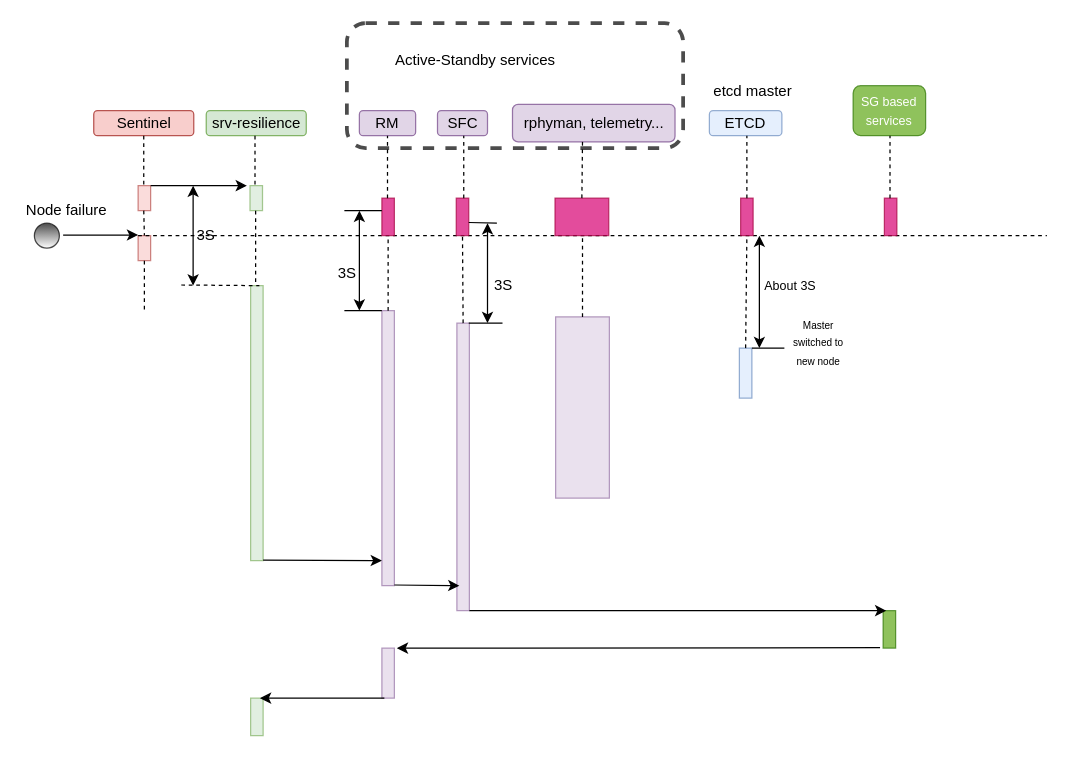
Before: Untitled Diagram.drawio in zhangwm1987/mydraw_io, a draw.io diagram. Source tidied: cells renumbered, new cells numbered last; positions are measured from the earlier drawing's top-left corner, leaving out a move shared by most shapes. Both pictures are drawn from the tidied source at 125%, with x=0, y=0 at pixel (21, 22).
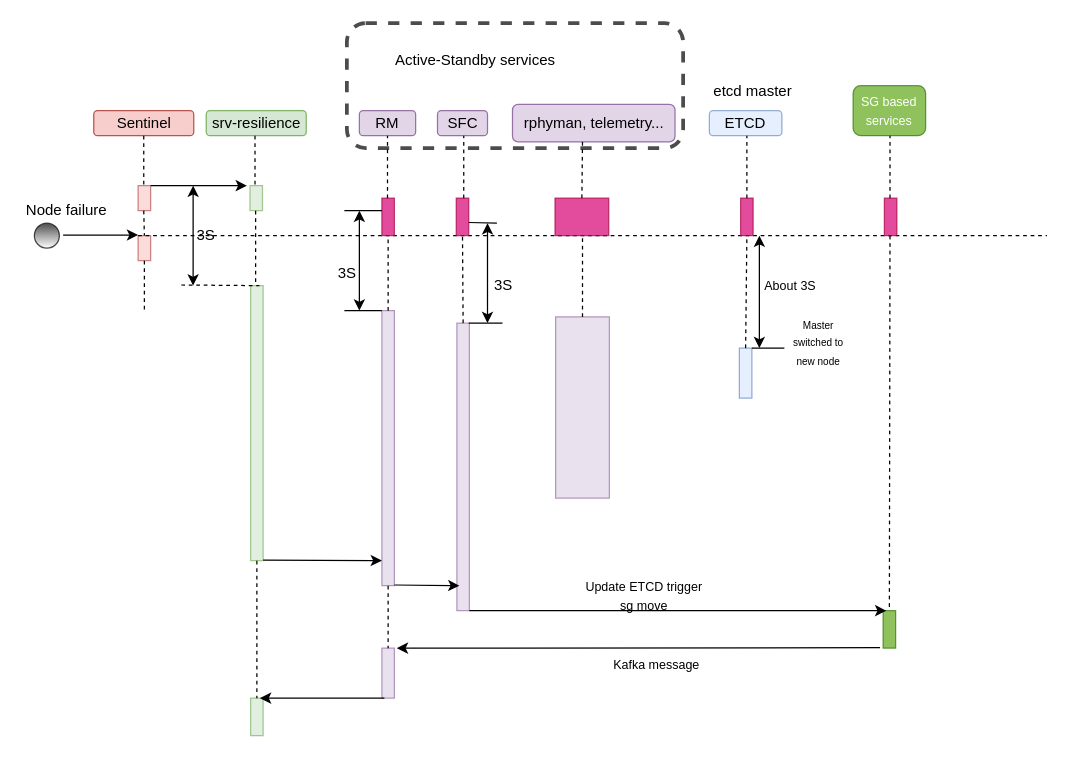
The same page after the edit.

Unchanged cells that the change refers to:
```xml
<mxCell id="61" style="rounded=0;whiteSpace=wrap;html=1;shadow=0;glass=0;comic=0;strokeWidth=1;fillColor=#60a917;opacity=70;strokeColor=#2D7600;fontColor=#ffffff;" parent="1" vertex="1">
  <mxGeometry x="689" y="470" width="10" height="30" as="geometry" />
</mxCell>
<mxCell id="63" style="rounded=0;whiteSpace=wrap;html=1;shadow=0;glass=0;comic=0;strokeWidth=1;fillColor=#e1d5e7;opacity=70;strokeColor=#9673a6;" parent="1" vertex="1">
  <mxGeometry x="288" y="500" width="10" height="40" as="geometry" />
</mxCell>
```

Diff of the diagram source:
```diff
@@
+    <mxCell id="67" style="endArrow=none;dashed=1;html=1;entryX=0.5;entryY=0;entryDx=0;entryDy=0;" parent="1" edge="1" target="61">
+      <mxGeometry relative="1" as="geometry">
+        <mxPoint x="694.5" y="170" as="sourcePoint" />
+      </mxGeometry>
+    </mxCell>
+    <mxCell id="68" style="endArrow=none;dashed=1;html=1;" parent="1" edge="1">
+      <mxGeometry relative="1" as="geometry">
+        <mxPoint x="188" y="430" as="sourcePoint" />
+        <mxPoint x="188" y="540" as="targetPoint" />
+      </mxGeometry>
+    </mxCell>
+    <mxCell id="69" style="endArrow=none;dashed=1;html=1;entryX=0.5;entryY=0;entryDx=0;entryDy=0;" parent="1" edge="1" target="63">
+      <mxGeometry relative="1" as="geometry">
+        <mxPoint x="293" y="450" as="sourcePoint" />
+      </mxGeometry>
+    </mxCell>
+    <mxCell id="70" value="&lt;font style=&quot;font-size: 10px&quot;&gt;Update ETCD trigger sg move&lt;/font&gt;" style="text;html=1;strokeColor=none;fillColor=none;align=center;verticalAlign=middle;whiteSpace=wrap;rounded=0;shadow=0;glass=0;comic=0;opacity=70;" parent="1" vertex="1">
+      <mxGeometry x="448" y="450" width="100" height="15" as="geometry" />
+    </mxCell>
+    <mxCell id="71" value="&lt;font size=&quot;1&quot;&gt;Kafka message&lt;/font&gt;" style="text;html=1;strokeColor=none;fillColor=none;align=center;verticalAlign=middle;whiteSpace=wrap;rounded=0;shadow=0;glass=0;comic=0;opacity=70;" parent="1" vertex="1">
+      <mxGeometry x="457.5" y="505" width="100" height="15" as="geometry" />
+    </mxCell>
```
